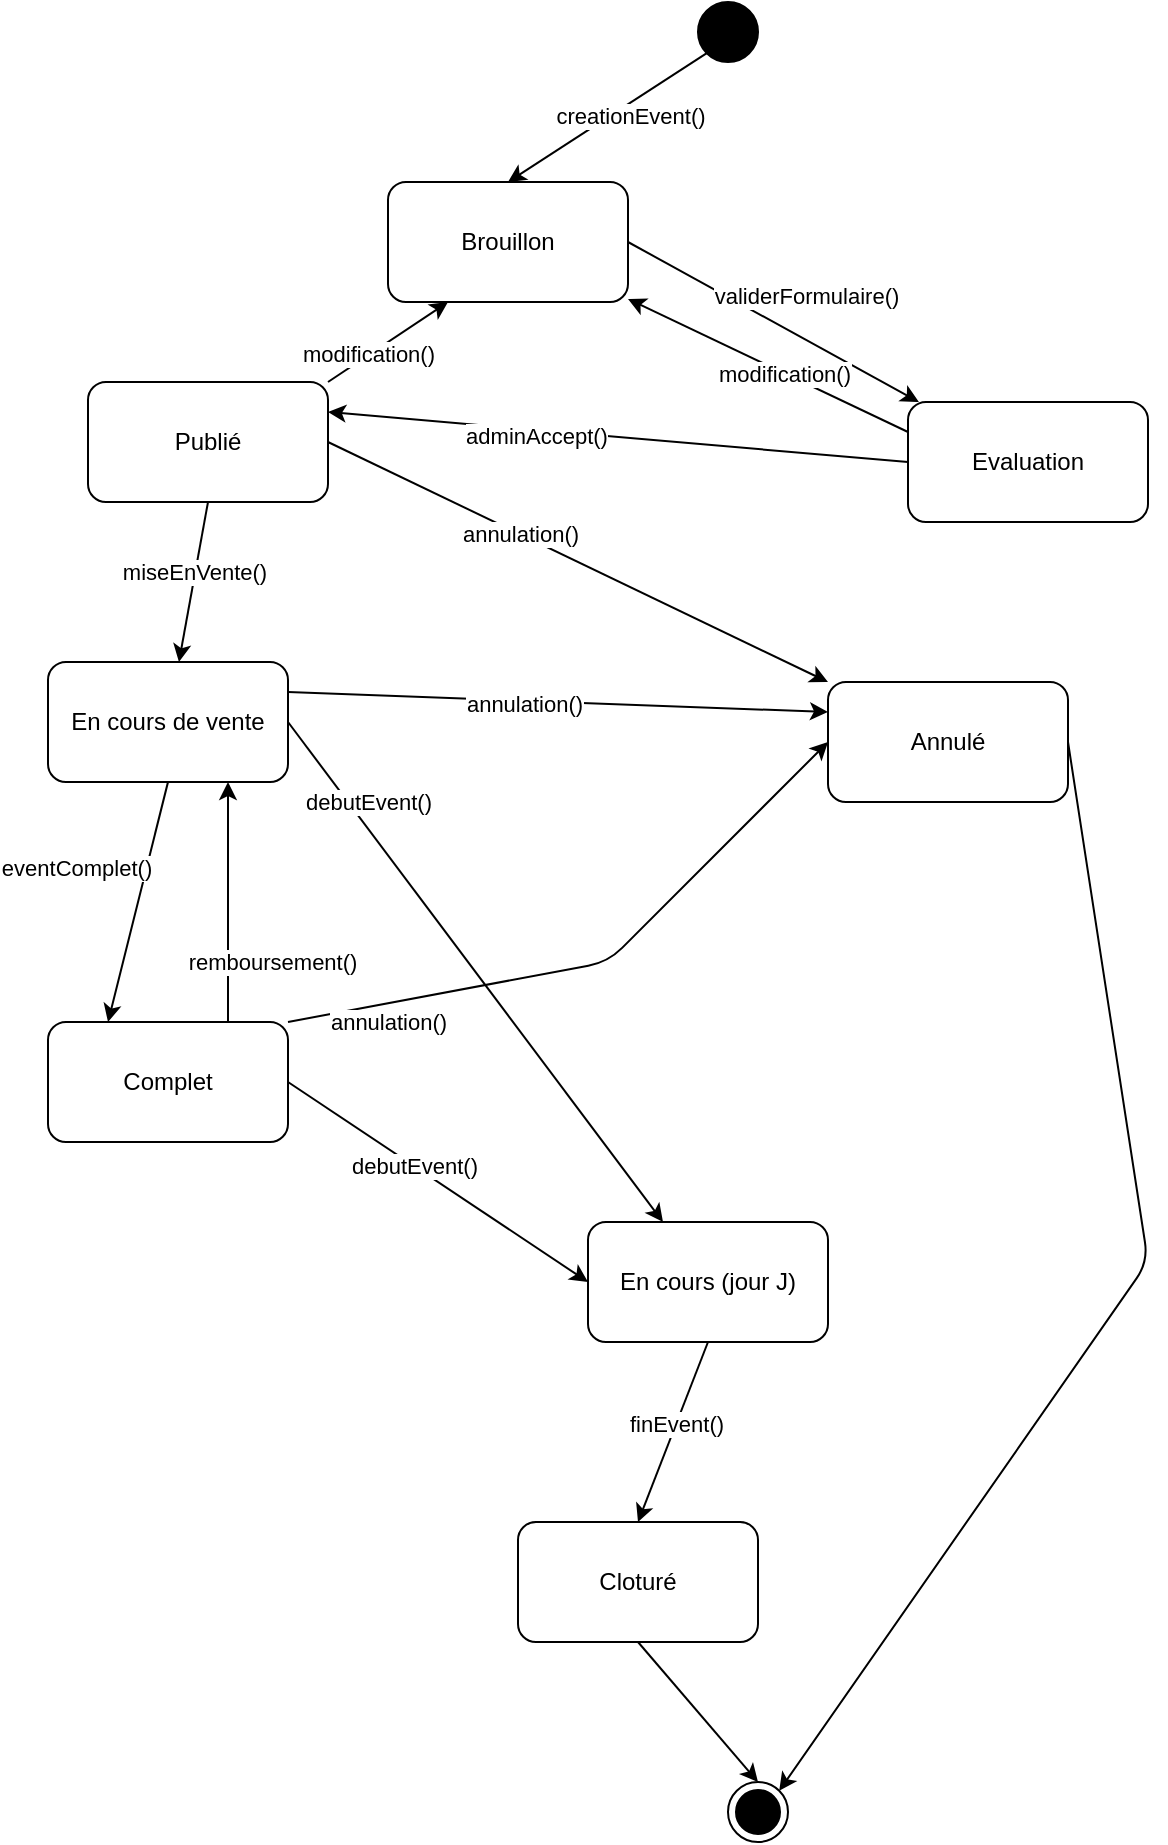
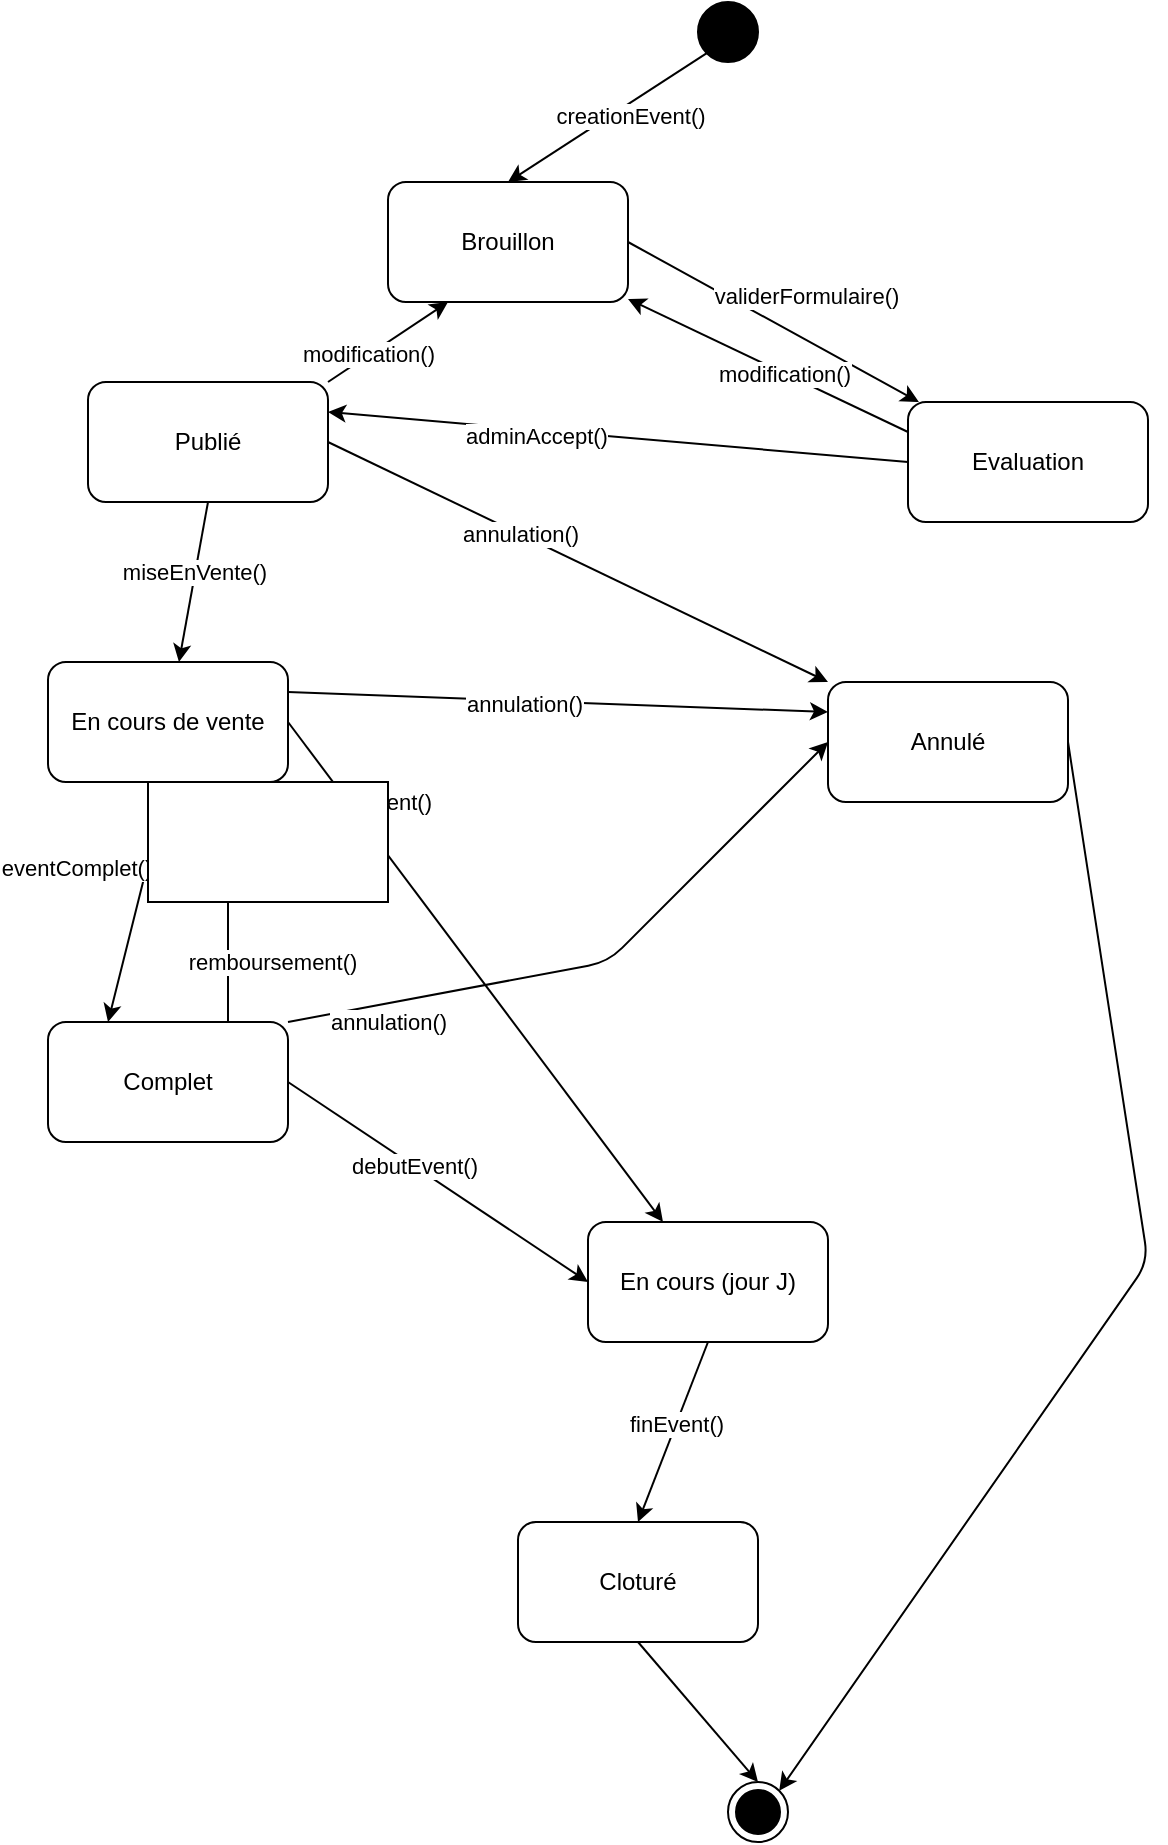
<mxfile host="65bd71144e">
    <diagram id="Cwqp05ibuz0YCCAIYqSn" name="Page-1">
-         <mxGraphModel dx="991" dy="1755" grid="1" gridSize="10" guides="1" tooltips="1" connect="1" arrows="1" fold="1" page="1" pageScale="1" pageWidth="850" pageHeight="1100" math="0" shadow="0">
+         <mxGraphModel dx="1487" dy="2083" grid="1" gridSize="10" guides="1" tooltips="1" connect="1" arrows="1" fold="1" page="1" pageScale="1" pageWidth="850" pageHeight="1100" math="0" shadow="0">
            <root>
                <mxCell id="0"/>
                <mxCell id="1" parent="0"/>
-                 <mxCell id="48" style="edgeStyle=none;html=1;exitX=0;exitY=1;exitDx=0;exitDy=0;entryX=0.5;entryY=0;entryDx=0;entryDy=0;" edge="1" parent="1" source="4" target="7">
+                 <mxCell id="48" style="edgeStyle=none;html=1;exitX=0;exitY=1;exitDx=0;exitDy=0;entryX=0.5;entryY=0;entryDx=0;entryDy=0;" parent="1" source="4" target="7" edge="1">
                    <mxGeometry relative="1" as="geometry"/>
                </mxCell>
-                 <mxCell id="49" value="creationEvent()" style="edgeLabel;html=1;align=center;verticalAlign=middle;resizable=0;points=[];" vertex="1" connectable="0" parent="48">
+                 <mxCell id="49" value="creationEvent()" style="edgeLabel;html=1;align=center;verticalAlign=middle;resizable=0;points=[];" parent="48" vertex="1" connectable="0">
                    <mxGeometry x="-0.3873" y="1" relative="1" as="geometry">
                        <mxPoint x="-9" y="10" as="offset"/>
                    </mxGeometry>
                </mxCell>
-                 <mxCell id="4" value="" style="ellipse;fillColor=strokeColor;" vertex="1" parent="1">
+                 <mxCell id="4" value="" style="ellipse;fillColor=strokeColor;" parent="1" vertex="1">
                    <mxGeometry x="395" y="-20" width="30" height="30" as="geometry"/>
                </mxCell>
-                 <mxCell id="5" value="" style="ellipse;html=1;shape=endState;fillColor=strokeColor;" vertex="1" parent="1">
+                 <mxCell id="5" value="" style="ellipse;html=1;shape=endState;fillColor=strokeColor;" parent="1" vertex="1">
                    <mxGeometry x="410" y="870" width="30" height="30" as="geometry"/>
                </mxCell>
-                 <mxCell id="46" style="edgeStyle=none;html=1;exitX=1;exitY=0.5;exitDx=0;exitDy=0;" edge="1" parent="1" source="7" target="8">
+                 <mxCell id="46" style="edgeStyle=none;html=1;exitX=1;exitY=0.5;exitDx=0;exitDy=0;" parent="1" source="7" target="8" edge="1">
                    <mxGeometry relative="1" as="geometry"/>
                </mxCell>
-                 <mxCell id="47" value="validerFormulaire()" style="edgeLabel;html=1;align=center;verticalAlign=middle;resizable=0;points=[];" vertex="1" connectable="0" parent="46">
+                 <mxCell id="47" value="validerFormulaire()" style="edgeLabel;html=1;align=center;verticalAlign=middle;resizable=0;points=[];" parent="46" vertex="1" connectable="0">
                    <mxGeometry x="-0.2676" relative="1" as="geometry">
                        <mxPoint x="35" y="-3" as="offset"/>
                    </mxGeometry>
                </mxCell>
-                 <mxCell id="7" value="Brouillon" style="rounded=1;whiteSpace=wrap;html=1;" vertex="1" parent="1">
+                 <mxCell id="7" value="Brouillon" style="rounded=1;whiteSpace=wrap;html=1;" parent="1" vertex="1">
                    <mxGeometry x="240" y="70" width="120" height="60" as="geometry"/>
                </mxCell>
-                 <mxCell id="42" style="edgeStyle=none;html=1;exitX=0;exitY=0.25;exitDx=0;exitDy=0;" edge="1" parent="1" source="8" target="7">
+                 <mxCell id="42" style="edgeStyle=none;html=1;exitX=0;exitY=0.25;exitDx=0;exitDy=0;" parent="1" source="8" target="7" edge="1">
                    <mxGeometry relative="1" as="geometry"/>
                </mxCell>
-                 <mxCell id="43" value="modification()" style="edgeLabel;html=1;align=center;verticalAlign=middle;resizable=0;points=[];" vertex="1" connectable="0" parent="42">
+                 <mxCell id="43" value="modification()" style="edgeLabel;html=1;align=center;verticalAlign=middle;resizable=0;points=[];" parent="42" vertex="1" connectable="0">
                    <mxGeometry x="-0.1125" relative="1" as="geometry">
                        <mxPoint as="offset"/>
                    </mxGeometry>
                </mxCell>
-                 <mxCell id="44" style="edgeStyle=none;html=1;exitX=0;exitY=0.5;exitDx=0;exitDy=0;entryX=1;entryY=0.25;entryDx=0;entryDy=0;" edge="1" parent="1" source="8" target="9">
+                 <mxCell id="44" style="edgeStyle=none;html=1;exitX=0;exitY=0.5;exitDx=0;exitDy=0;entryX=1;entryY=0.25;entryDx=0;entryDy=0;" parent="1" source="8" target="9" edge="1">
                    <mxGeometry relative="1" as="geometry"/>
                </mxCell>
-                 <mxCell id="45" value="adminAccept()" style="edgeLabel;html=1;align=center;verticalAlign=middle;resizable=0;points=[];" vertex="1" connectable="0" parent="44">
+                 <mxCell id="45" value="adminAccept()" style="edgeLabel;html=1;align=center;verticalAlign=middle;resizable=0;points=[];" parent="44" vertex="1" connectable="0">
                    <mxGeometry x="0.2858" y="3" relative="1" as="geometry">
                        <mxPoint as="offset"/>
                    </mxGeometry>
                </mxCell>
-                 <mxCell id="8" value="Evaluation" style="rounded=1;whiteSpace=wrap;html=1;" vertex="1" parent="1">
+                 <mxCell id="8" value="Evaluation" style="rounded=1;whiteSpace=wrap;html=1;" parent="1" vertex="1">
                    <mxGeometry x="500" y="180" width="120" height="60" as="geometry"/>
                </mxCell>
-                 <mxCell id="34" style="edgeStyle=none;html=1;exitX=1;exitY=0.5;exitDx=0;exitDy=0;entryX=0;entryY=0;entryDx=0;entryDy=0;" edge="1" parent="1" source="9" target="12">
+                 <mxCell id="34" style="edgeStyle=none;html=1;exitX=1;exitY=0.5;exitDx=0;exitDy=0;entryX=0;entryY=0;entryDx=0;entryDy=0;" parent="1" source="9" target="12" edge="1">
                    <mxGeometry relative="1" as="geometry"/>
                </mxCell>
-                 <mxCell id="35" value="annulation()" style="edgeLabel;html=1;align=center;verticalAlign=middle;resizable=0;points=[];" vertex="1" connectable="0" parent="34">
+                 <mxCell id="35" value="annulation()" style="edgeLabel;html=1;align=center;verticalAlign=middle;resizable=0;points=[];" parent="34" vertex="1" connectable="0">
                    <mxGeometry x="-0.2318" relative="1" as="geometry">
                        <mxPoint as="offset"/>
                    </mxGeometry>
                </mxCell>
-                 <mxCell id="36" style="edgeStyle=none;html=1;exitX=0.5;exitY=1;exitDx=0;exitDy=0;" edge="1" parent="1" source="9" target="10">
+                 <mxCell id="36" style="edgeStyle=none;html=1;exitX=0.5;exitY=1;exitDx=0;exitDy=0;" parent="1" source="9" target="10" edge="1">
                    <mxGeometry relative="1" as="geometry"/>
                </mxCell>
-                 <mxCell id="38" value="miseEnVente()" style="edgeLabel;html=1;align=center;verticalAlign=middle;resizable=0;points=[];" vertex="1" connectable="0" parent="36">
+                 <mxCell id="38" value="miseEnVente()" style="edgeLabel;html=1;align=center;verticalAlign=middle;resizable=0;points=[];" parent="36" vertex="1" connectable="0">
                    <mxGeometry x="-0.1352" y="-1" relative="1" as="geometry">
                        <mxPoint as="offset"/>
                    </mxGeometry>
                </mxCell>
-                 <mxCell id="40" style="edgeStyle=none;html=1;exitX=1;exitY=0;exitDx=0;exitDy=0;entryX=0.25;entryY=1;entryDx=0;entryDy=0;" edge="1" parent="1" source="9" target="7">
+                 <mxCell id="40" style="edgeStyle=none;html=1;exitX=1;exitY=0;exitDx=0;exitDy=0;entryX=0.25;entryY=1;entryDx=0;entryDy=0;" parent="1" source="9" target="7" edge="1">
                    <mxGeometry relative="1" as="geometry"/>
                </mxCell>
-                 <mxCell id="41" value="modification()" style="edgeLabel;html=1;align=center;verticalAlign=middle;resizable=0;points=[];" vertex="1" connectable="0" parent="40">
+                 <mxCell id="41" value="modification()" style="edgeLabel;html=1;align=center;verticalAlign=middle;resizable=0;points=[];" parent="40" vertex="1" connectable="0">
                    <mxGeometry x="-0.3337" y="1" relative="1" as="geometry">
                        <mxPoint as="offset"/>
                    </mxGeometry>
                </mxCell>
-                 <mxCell id="9" value="Publié" style="rounded=1;whiteSpace=wrap;html=1;" vertex="1" parent="1">
+                 <mxCell id="9" value="Publié" style="rounded=1;whiteSpace=wrap;html=1;" parent="1" vertex="1">
                    <mxGeometry x="90" y="170" width="120" height="60" as="geometry"/>
                </mxCell>
-                 <mxCell id="23" style="edgeStyle=none;html=1;exitX=1;exitY=0.5;exitDx=0;exitDy=0;" edge="1" parent="1" source="10" target="14">
+                 <mxCell id="23" style="edgeStyle=none;html=1;exitX=1;exitY=0.5;exitDx=0;exitDy=0;" parent="1" source="10" target="14" edge="1">
                    <mxGeometry relative="1" as="geometry"/>
                </mxCell>
-                 <mxCell id="24" value="debutEvent()" style="edgeLabel;html=1;align=center;verticalAlign=middle;resizable=0;points=[];" vertex="1" connectable="0" parent="23">
+                 <mxCell id="24" value="debutEvent()" style="edgeLabel;html=1;align=center;verticalAlign=middle;resizable=0;points=[];" parent="23" vertex="1" connectable="0">
                    <mxGeometry x="-0.1897" y="-1" relative="1" as="geometry">
                        <mxPoint x="-35" y="-62" as="offset"/>
                    </mxGeometry>
                </mxCell>
-                 <mxCell id="26" style="edgeStyle=none;html=1;exitX=0.5;exitY=1;exitDx=0;exitDy=0;entryX=0.25;entryY=0;entryDx=0;entryDy=0;" edge="1" parent="1" source="10" target="13">
+                 <mxCell id="26" style="edgeStyle=none;html=1;exitX=0.5;exitY=1;exitDx=0;exitDy=0;entryX=0.25;entryY=0;entryDx=0;entryDy=0;" parent="1" source="10" target="13" edge="1">
                    <mxGeometry relative="1" as="geometry"/>
                </mxCell>
-                 <mxCell id="27" value="eventComplet()" style="edgeLabel;html=1;align=center;verticalAlign=middle;resizable=0;points=[];" vertex="1" connectable="0" parent="26">
+                 <mxCell id="27" value="eventComplet()" style="edgeLabel;html=1;align=center;verticalAlign=middle;resizable=0;points=[];" parent="26" vertex="1" connectable="0">
                    <mxGeometry x="-0.2832" y="-2" relative="1" as="geometry">
                        <mxPoint x="-34" as="offset"/>
                    </mxGeometry>
                </mxCell>
-                 <mxCell id="32" style="edgeStyle=none;html=1;exitX=1;exitY=0.25;exitDx=0;exitDy=0;entryX=0;entryY=0.25;entryDx=0;entryDy=0;" edge="1" parent="1" source="10" target="12">
+                 <mxCell id="32" style="edgeStyle=none;html=1;exitX=1;exitY=0.25;exitDx=0;exitDy=0;entryX=0;entryY=0.25;entryDx=0;entryDy=0;" parent="1" source="10" target="12" edge="1">
                    <mxGeometry relative="1" as="geometry"/>
                </mxCell>
-                 <mxCell id="33" value="annulation()" style="edgeLabel;html=1;align=center;verticalAlign=middle;resizable=0;points=[];" vertex="1" connectable="0" parent="32">
+                 <mxCell id="33" value="annulation()" style="edgeLabel;html=1;align=center;verticalAlign=middle;resizable=0;points=[];" parent="32" vertex="1" connectable="0">
                    <mxGeometry x="-0.1304" y="-1" relative="1" as="geometry">
                        <mxPoint as="offset"/>
                    </mxGeometry>
                </mxCell>
-                 <mxCell id="10" value="En cours de vente" style="rounded=1;whiteSpace=wrap;html=1;" vertex="1" parent="1">
+                 <mxCell id="10" value="En cours de vente" style="rounded=1;whiteSpace=wrap;html=1;" parent="1" vertex="1">
                    <mxGeometry x="70" y="310" width="120" height="60" as="geometry"/>
                </mxCell>
-                 <mxCell id="18" style="edgeStyle=none;html=1;exitX=1;exitY=0.5;exitDx=0;exitDy=0;entryX=1;entryY=0;entryDx=0;entryDy=0;" edge="1" parent="1" source="12" target="5">
+                 <mxCell id="18" style="edgeStyle=none;html=1;exitX=1;exitY=0.5;exitDx=0;exitDy=0;entryX=1;entryY=0;entryDx=0;entryDy=0;" parent="1" source="12" target="5" edge="1">
                    <mxGeometry relative="1" as="geometry">
                        <Array as="points">
                            <mxPoint x="620" y="610"/>
                        </Array>
                    </mxGeometry>
                </mxCell>
-                 <mxCell id="12" value="Annulé" style="rounded=1;whiteSpace=wrap;html=1;" vertex="1" parent="1">
+                 <mxCell id="12" value="Annulé" style="rounded=1;whiteSpace=wrap;html=1;" parent="1" vertex="1">
                    <mxGeometry x="460" y="320" width="120" height="60" as="geometry"/>
                </mxCell>
-                 <mxCell id="22" style="edgeStyle=none;html=1;exitX=1;exitY=0.5;exitDx=0;exitDy=0;entryX=0;entryY=0.5;entryDx=0;entryDy=0;" edge="1" parent="1" source="13" target="14">
+                 <mxCell id="22" style="edgeStyle=none;html=1;exitX=1;exitY=0.5;exitDx=0;exitDy=0;entryX=0;entryY=0.5;entryDx=0;entryDy=0;" parent="1" source="13" target="14" edge="1">
                    <mxGeometry relative="1" as="geometry"/>
                </mxCell>
-                 <mxCell id="25" value="debutEvent()" style="edgeLabel;html=1;align=center;verticalAlign=middle;resizable=0;points=[];" vertex="1" connectable="0" parent="22">
+                 <mxCell id="25" value="debutEvent()" style="edgeLabel;html=1;align=center;verticalAlign=middle;resizable=0;points=[];" parent="22" vertex="1" connectable="0">
                    <mxGeometry x="-0.1547" relative="1" as="geometry">
                        <mxPoint as="offset"/>
                    </mxGeometry>
                </mxCell>
-                 <mxCell id="28" style="edgeStyle=none;html=1;exitX=0.75;exitY=0;exitDx=0;exitDy=0;entryX=0.75;entryY=1;entryDx=0;entryDy=0;" edge="1" parent="1" source="13" target="10">
+                 <mxCell id="28" style="edgeStyle=none;html=1;exitX=0.75;exitY=0;exitDx=0;exitDy=0;entryX=0.75;entryY=1;entryDx=0;entryDy=0;" parent="1" source="13" target="10" edge="1">
                    <mxGeometry relative="1" as="geometry"/>
                </mxCell>
-                 <mxCell id="29" value="remboursement()" style="edgeLabel;html=1;align=center;verticalAlign=middle;resizable=0;points=[];" vertex="1" connectable="0" parent="28">
+                 <mxCell id="29" value="remboursement()" style="edgeLabel;html=1;align=center;verticalAlign=middle;resizable=0;points=[];" parent="28" vertex="1" connectable="0">
                    <mxGeometry x="-0.5952" relative="1" as="geometry">
                        <mxPoint x="22" y="-6" as="offset"/>
                    </mxGeometry>
                </mxCell>
-                 <mxCell id="30" style="edgeStyle=none;html=1;exitX=1;exitY=0;exitDx=0;exitDy=0;entryX=0;entryY=0.5;entryDx=0;entryDy=0;" edge="1" parent="1" source="13" target="12">
+                 <mxCell id="30" style="edgeStyle=none;html=1;exitX=1;exitY=0;exitDx=0;exitDy=0;entryX=0;entryY=0.5;entryDx=0;entryDy=0;" parent="1" source="13" target="12" edge="1">
                    <mxGeometry relative="1" as="geometry">
                        <Array as="points">
                            <mxPoint x="350" y="460"/>
                        </Array>
                    </mxGeometry>
                </mxCell>
-                 <mxCell id="31" value="annulation()" style="edgeLabel;html=1;align=center;verticalAlign=middle;resizable=0;points=[];" vertex="1" connectable="0" parent="30">
+                 <mxCell id="31" value="annulation()" style="edgeLabel;html=1;align=center;verticalAlign=middle;resizable=0;points=[];" parent="30" vertex="1" connectable="0">
                    <mxGeometry x="-0.1765" relative="1" as="geometry">
                        <mxPoint x="-79" y="24" as="offset"/>
                    </mxGeometry>
                </mxCell>
-                 <mxCell id="13" value="Complet" style="rounded=1;whiteSpace=wrap;html=1;" vertex="1" parent="1">
+                 <mxCell id="13" value="Complet" style="rounded=1;whiteSpace=wrap;html=1;" parent="1" vertex="1">
                    <mxGeometry x="70" y="490" width="120" height="60" as="geometry"/>
                </mxCell>
-                 <mxCell id="20" style="edgeStyle=none;html=1;exitX=0.5;exitY=1;exitDx=0;exitDy=0;entryX=0.5;entryY=0;entryDx=0;entryDy=0;" edge="1" parent="1" source="14" target="15">
+                 <mxCell id="20" style="edgeStyle=none;html=1;exitX=0.5;exitY=1;exitDx=0;exitDy=0;entryX=0.5;entryY=0;entryDx=0;entryDy=0;" parent="1" source="14" target="15" edge="1">
                    <mxGeometry relative="1" as="geometry"/>
                </mxCell>
-                 <mxCell id="39" value="finEvent()" style="edgeLabel;html=1;align=center;verticalAlign=middle;resizable=0;points=[];" vertex="1" connectable="0" parent="20">
+                 <mxCell id="39" value="finEvent()" style="edgeLabel;html=1;align=center;verticalAlign=middle;resizable=0;points=[];" parent="20" vertex="1" connectable="0">
                    <mxGeometry x="-0.0868" relative="1" as="geometry">
                        <mxPoint as="offset"/>
                    </mxGeometry>
                </mxCell>
-                 <mxCell id="14" value="En cours (jour J)" style="rounded=1;whiteSpace=wrap;html=1;" vertex="1" parent="1">
+                 <mxCell id="14" value="En cours (jour J)" style="rounded=1;whiteSpace=wrap;html=1;" parent="1" vertex="1">
                    <mxGeometry x="340" y="590" width="120" height="60" as="geometry"/>
                </mxCell>
-                 <mxCell id="17" style="edgeStyle=none;html=1;exitX=0.5;exitY=1;exitDx=0;exitDy=0;entryX=0.5;entryY=0;entryDx=0;entryDy=0;" edge="1" parent="1" source="15" target="5">
+                 <mxCell id="17" style="edgeStyle=none;html=1;exitX=0.5;exitY=1;exitDx=0;exitDy=0;entryX=0.5;entryY=0;entryDx=0;entryDy=0;" parent="1" source="15" target="5" edge="1">
                    <mxGeometry relative="1" as="geometry"/>
                </mxCell>
-                 <mxCell id="15" value="Cloturé" style="rounded=1;whiteSpace=wrap;html=1;" vertex="1" parent="1">
+                 <mxCell id="15" value="Cloturé" style="rounded=1;whiteSpace=wrap;html=1;" parent="1" vertex="1">
                    <mxGeometry x="305" y="740" width="120" height="60" as="geometry"/>
+                 </mxCell>
+                 <mxCell id="50" value="" style="whiteSpace=wrap;html=1;" vertex="1" parent="1">
+                     <mxGeometry x="120" y="370" width="120" height="60" as="geometry"/>
                </mxCell>
            </root>
        </mxGraphModel>
    </diagram>
</mxfile>